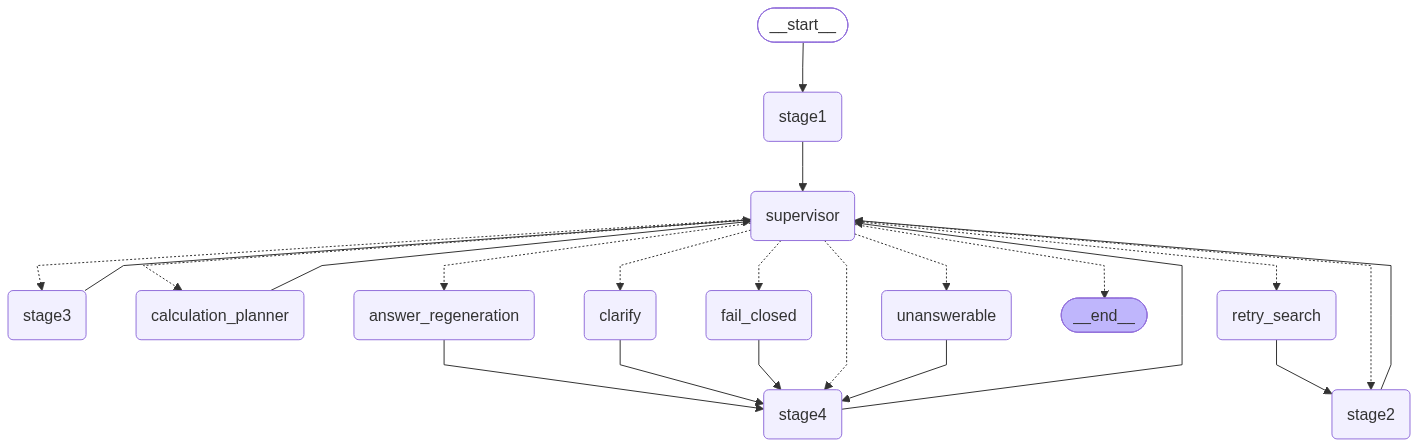
This is integration/graph.png from Lee-D-S/miraeasset-aifestival10, a Mermaid export, as it was before one commit. Its source is kept beside it as integration/graph.mmd.
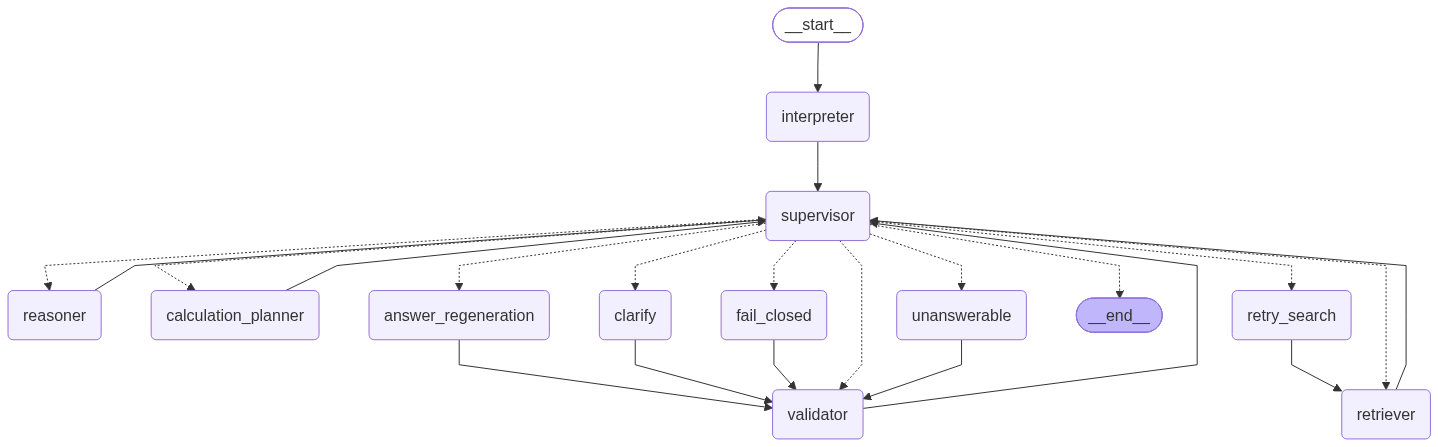
After the change.

Change to the diagram source:
```diff
@@ -5,10 +5,10 @@
 ---
 graph TD;
 	__start__([<p>__start__</p>]):::first
-	stage1(stage1)
-	stage2(stage2)
-	stage3(stage3)
-	stage4(stage4)
+	interpreter(interpreter)
+	retriever(retriever)
+	reasoner(reasoner)
+	validator(validator)
 	calculation_planner(calculation_planner)
 	retry_search(retry_search)
 	supervisor(supervisor)
@@ -17,27 +17,27 @@
 	unanswerable(unanswerable)
 	fail_closed(fail_closed)
 	__end__([<p>__end__</p>]):::last
-	__start__ --> stage1;
-	answer_regeneration --> stage4;
+	__start__ --> interpreter;
+	answer_regeneration --> validator;
 	calculation_planner --> supervisor;
-	clarify --> stage4;
-	fail_closed --> stage4;
-	retry_search --> stage2;
-	stage1 --> supervisor;
-	stage2 --> supervisor;
-	stage3 --> supervisor;
-	stage4 --> supervisor;
+	clarify --> validator;
+	fail_closed --> validator;
+	interpreter --> supervisor;
+	reasoner --> supervisor;
+	retriever --> supervisor;
+	retry_search --> retriever;
 	supervisor -.-> __end__;
 	supervisor -.-> answer_regeneration;
 	supervisor -.-> calculation_planner;
 	supervisor -.-> clarify;
 	supervisor -.-> fail_closed;
+	supervisor -.-> reasoner;
+	supervisor -.-> retriever;
 	supervisor -.-> retry_search;
-	supervisor -.-> stage2;
-	supervisor -.-> stage3;
-	supervisor -.-> stage4;
 	supervisor -.-> unanswerable;
-	unanswerable --> stage4;
+	supervisor -.-> validator;
+	unanswerable --> validator;
+	validator --> supervisor;
 	classDef default fill:#f2f0ff,line-height:1.2
 	classDef first fill-opacity:0
 	classDef last fill:#bfb6fc
```
